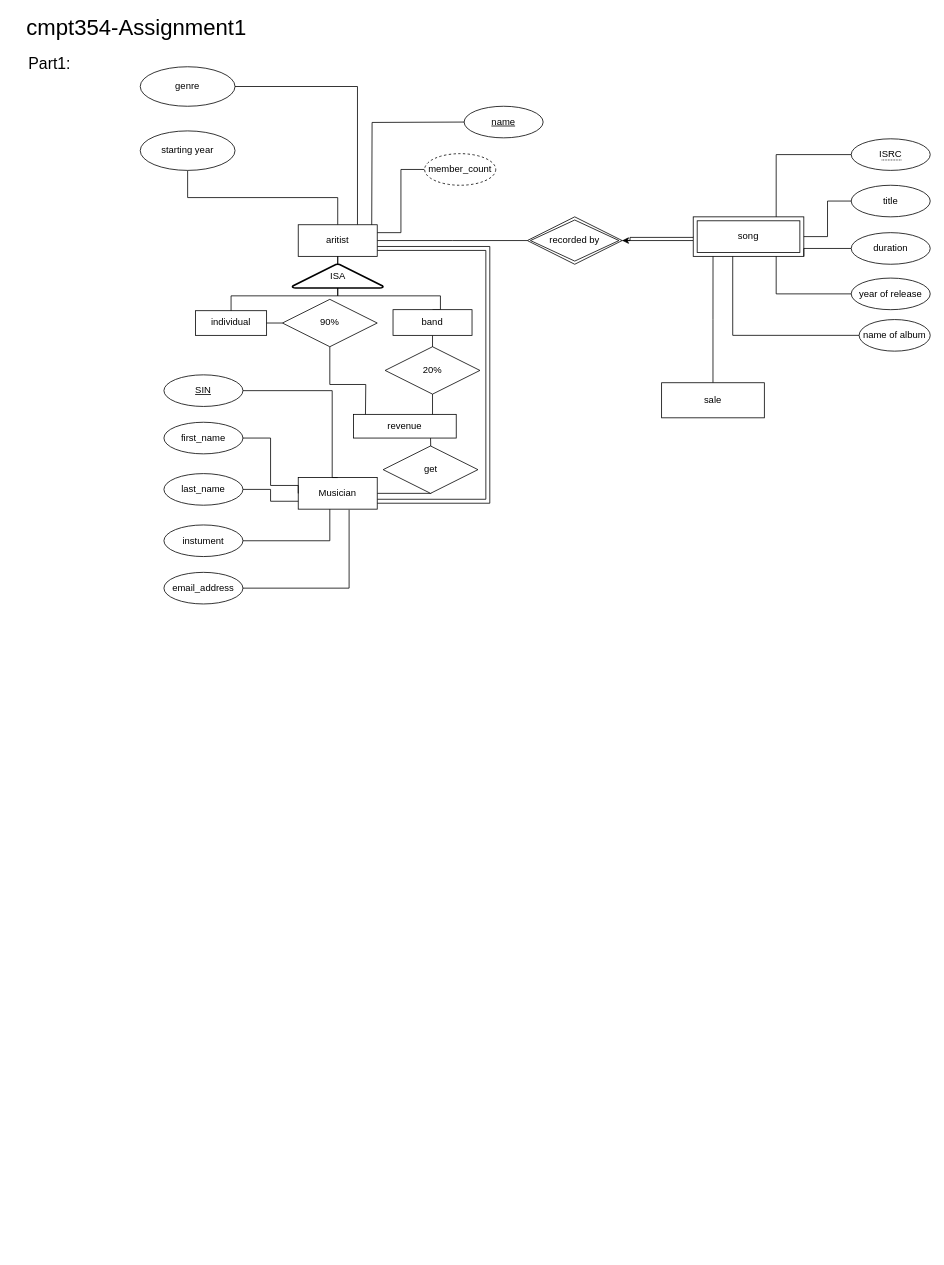
The draw.io diagram cmpt354-A1.drawio in zzzyz7/drawio-storage, before the edit. Source tidied: cells renumbered, new cells numbered last; positions are measured from the earlier drawing's top-left corner, leaving out a move shared by most shapes. Both pictures are drawn from the tidied source at 79%, with x=0, y=0 at pixel (21, 19).
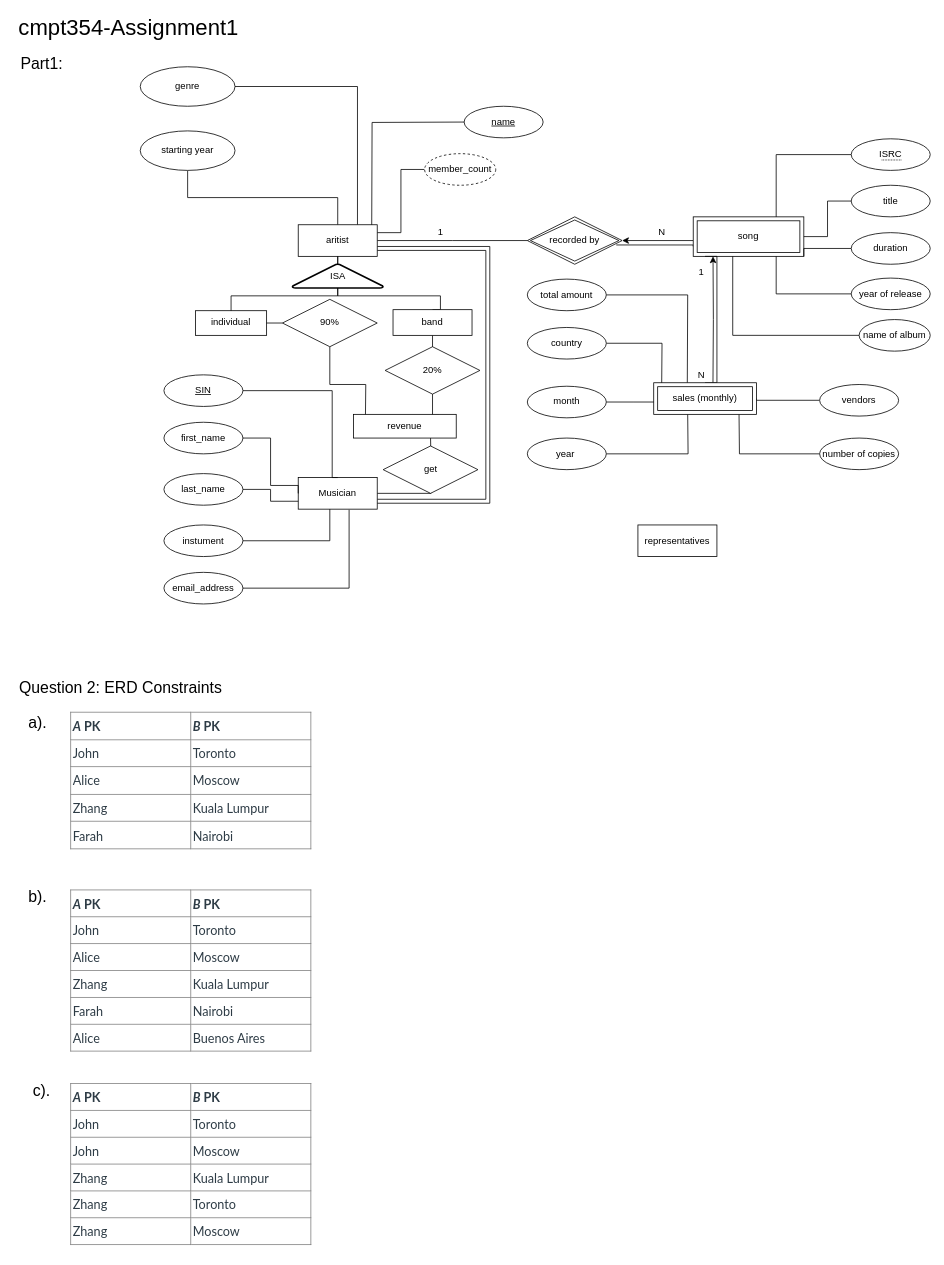
After the change.

The change refers to these unchanged cells:
```xml
<mxCell id="43" value="song" style="shape=ext;margin=3;double=1;whiteSpace=wrap;html=1;align=center;" parent="1" vertex="1">
  <mxGeometry x="850" y="250" width="140" height="50" as="geometry" />
</mxCell>
<mxCell id="48" value="recorded by" style="shape=rhombus;double=1;perimeter=rhombusPerimeter;whiteSpace=wrap;html=1;align=center;" parent="1" vertex="1">
  <mxGeometry x="640" y="250" width="120" height="60" as="geometry" />
</mxCell>
```

Change to the diagram source:
```diff
@@
-    <mxCell id="41" style="edgeStyle=orthogonalEdgeStyle;rounded=0;jettySize=auto;html=1;entryX=1;entryY=0.5;entryDx=0;entryDy=0;startArrow=none;startFill=0;endArrow=none;endFill=0;" parent="1" edge="1" source="43">
+    <mxCell id="41" style="edgeStyle=orthogonalEdgeStyle;rounded=0;jettySize=auto;html=1;entryX=1;entryY=0.5;entryDx=0;entryDy=0;startArrow=none;startFill=0;endArrow=classic;endFill=1;" parent="1" edge="1" source="43">
       <mxGeometry relative="1" as="geometry">
         <mxPoint x="760" y="280" as="targetPoint" />
         <Array as="points">
           <mxPoint x="850" y="280" />
           <mxPoint x="850" y="280" />
         </Array>
       </mxGeometry>
     </mxCell>
-    <mxCell id="42" style="edgeStyle=orthogonalEdgeStyle;rounded=0;jettySize=auto;html=1;exitX=0;exitY=0.5;exitDx=0;exitDy=0;startArrow=none;startFill=0;endArrow=classic;endFill=1;entryX=1;entryY=0.5;entryDx=0;entryDy=0;" parent="1" edge="1" source="43" target="48">
+    <mxCell id="42" style="edgeStyle=orthogonalEdgeStyle;rounded=0;jettySize=auto;html=1;exitX=0;exitY=0.75;exitDx=0;exitDy=0;entryX=0.938;entryY=0.593;entryDx=0;entryDy=0;entryPerimeter=0;startArrow=none;startFill=0;endArrow=none;endFill=0;" parent="1" edge="1" source="43" target="48">
       <mxGeometry relative="1" as="geometry">
         <Array as="points">
-          <mxPoint x="950" y="276" />
-          <mxPoint x="770" y="276" />
-          <mxPoint x="770" y="280" />
+          <mxPoint x="850" y="286" />
         </Array>
       </mxGeometry>
     </mxCell>
@@
-    <mxCell id="55" style="edgeStyle=orthogonalEdgeStyle;rounded=0;jettySize=auto;html=1;entryX=0.179;entryY=1;entryDx=0;entryDy=0;entryPerimeter=0;startArrow=none;startFill=0;endArrow=none;endFill=0;" parent="1" edge="1" source="56" target="43">
-      <mxGeometry relative="1" as="geometry" />
+    <mxCell id="55" style="edgeStyle=orthogonalEdgeStyle;rounded=0;jettySize=auto;html=1;entryX=0.179;entryY=1;entryDx=0;entryDy=0;entryPerimeter=0;startArrow=none;startFill=0;endArrow=classic;endFill=1;" parent="1" edge="1" target="43">
+      <mxGeometry relative="1" as="geometry">
+        <mxPoint x="875" y="460" as="sourcePoint" />
+      </mxGeometry>
     </mxCell>
-    <mxCell id="56" value="sale" style="whiteSpace=wrap;html=1;align=center;" parent="1" vertex="1">
-      <mxGeometry x="810" y="460" width="130" height="44.4" as="geometry" />
-    </mxCell>
+    <mxCell id="59" style="edgeStyle=orthogonalEdgeStyle;rounded=0;jettySize=auto;html=1;exitX=1;exitY=0.5;exitDx=0;exitDy=0;entryX=0;entryY=0.5;entryDx=0;entryDy=0;fontSize=12;startArrow=none;startFill=0;endArrow=none;endFill=0;" parent="1" edge="1" source="75" target="60">
+      <mxGeometry relative="1" as="geometry">
+        <Array as="points">
+          <mxPoint x="930" y="482" />
+        </Array>
+      </mxGeometry>
+    </mxCell>
     <mxCell id="57" value="&lt;font style=&quot;font-size: 28px&quot;&gt;cmpt354-Assignment1&lt;/font&gt;" style="text;html=1;align=center;verticalAlign=middle;strokeColor=none;" parent="1" vertex="1">
-      <mxGeometry width="290" height="20" as="geometry" />
+      <mxGeometry x="-10" width="290" height="20" as="geometry" />
     </mxCell>
     <mxCell id="58" value="Part1:" style="text;html=1;align=center;verticalAlign=middle;strokeColor=none;strokeWidth=8;fontSize=20;fontStyle=0;" parent="1" vertex="1">
-      <mxGeometry y="40" width="70" height="30" as="geometry" />
+      <mxGeometry x="-10" y="40" width="70" height="30" as="geometry" />
     </mxCell>
+    <mxCell id="60" value="vendors" style="ellipse;whiteSpace=wrap;html=1;align=center;fontSize=12;strokeWidth=1;" parent="1" vertex="1">
+      <mxGeometry x="1010" y="462.2" width="100" height="40" as="geometry" />
+    </mxCell>
+    <mxCell id="61" style="edgeStyle=orthogonalEdgeStyle;rounded=0;jettySize=auto;html=1;fontSize=12;startArrow=none;startFill=0;endArrow=none;endFill=0;" parent="1" edge="1" source="62">
+      <mxGeometry relative="1" as="geometry">
+        <mxPoint x="908" y="500" as="targetPoint" />
+      </mxGeometry>
+    </mxCell>
+    <mxCell id="62" value="number of copies" style="ellipse;whiteSpace=wrap;html=1;align=center;fontSize=12;strokeWidth=1;" parent="1" vertex="1">
+      <mxGeometry x="1010" y="530" width="100" height="40" as="geometry" />
+    </mxCell>
+    <mxCell id="63" style="edgeStyle=orthogonalEdgeStyle;rounded=0;jettySize=auto;html=1;fontSize=12;startArrow=none;startFill=0;endArrow=none;endFill=0;" parent="1" edge="1" source="64">
+      <mxGeometry relative="1" as="geometry">
+        <mxPoint x="810" y="484.4" as="targetPoint" />
+      </mxGeometry>
+    </mxCell>
+    <mxCell id="64" value="month" style="ellipse;whiteSpace=wrap;html=1;align=center;fontSize=12;strokeWidth=1;" parent="1" vertex="1">
+      <mxGeometry x="640" y="464.4" width="100" height="40" as="geometry" />
+    </mxCell>
+    <mxCell id="65" style="edgeStyle=orthogonalEdgeStyle;rounded=0;jettySize=auto;html=1;fontSize=12;startArrow=none;startFill=0;endArrow=none;endFill=0;" parent="1" edge="1" source="66">
+      <mxGeometry relative="1" as="geometry">
+        <mxPoint x="843" y="500" as="targetPoint" />
+      </mxGeometry>
+    </mxCell>
+    <mxCell id="66" value="year&amp;nbsp;" style="ellipse;whiteSpace=wrap;html=1;align=center;fontSize=12;strokeWidth=1;" parent="1" vertex="1">
+      <mxGeometry x="640" y="530" width="100" height="40" as="geometry" />
+    </mxCell>
+    <mxCell id="67" style="edgeStyle=orthogonalEdgeStyle;rounded=0;jettySize=auto;html=1;entryX=0;entryY=0.25;entryDx=0;entryDy=0;fontSize=12;startArrow=none;startFill=0;endArrow=none;endFill=0;" parent="1" edge="1" source="68">
+      <mxGeometry relative="1" as="geometry">
+        <mxPoint x="810" y="471.1" as="targetPoint" />
+      </mxGeometry>
+    </mxCell>
+    <mxCell id="68" value="country" style="ellipse;whiteSpace=wrap;html=1;align=center;fontSize=12;strokeWidth=1;" parent="1" vertex="1">
+      <mxGeometry x="640" y="390" width="100" height="40" as="geometry" />
+    </mxCell>
+    <mxCell id="69" style="edgeStyle=orthogonalEdgeStyle;rounded=0;jettySize=auto;html=1;entryX=0.25;entryY=0;entryDx=0;entryDy=0;fontSize=12;startArrow=none;startFill=0;endArrow=none;endFill=0;" parent="1" edge="1" source="70">
+      <mxGeometry relative="1" as="geometry">
+        <mxPoint x="842.5" y="460" as="targetPoint" />
+      </mxGeometry>
+    </mxCell>
+    <mxCell id="70" value="total amount" style="ellipse;whiteSpace=wrap;html=1;align=center;fontSize=12;strokeWidth=1;" parent="1" vertex="1">
+      <mxGeometry x="640" y="328.8" width="100" height="40" as="geometry" />
+    </mxCell>
+    <mxCell id="71" value="representatives" style="whiteSpace=wrap;html=1;align=center;fontSize=12;strokeWidth=1;" parent="1" vertex="1">
+      <mxGeometry x="780" y="640" width="100" height="40" as="geometry" />
+    </mxCell>
+    <mxCell id="72" value="Question 2: ERD Constraints&lt;br style=&quot;font-size: 20px;&quot;&gt;" style="text;html=1;align=center;verticalAlign=middle;strokeColor=none;fontSize=20;" parent="1" vertex="1">
+      <mxGeometry x="-10" y="830" width="270" height="30" as="geometry" />
+    </mxCell>
+    <mxCell id="73" value="a)." style="text;html=1;align=center;verticalAlign=middle;strokeColor=none;fontSize=20;" parent="1" vertex="1">
+      <mxGeometry y="875" width="40" height="30" as="geometry" />
+    </mxCell>
+    <mxCell id="74" style="edgeStyle=orthogonalEdgeStyle;rounded=0;jettySize=auto;html=1;startArrow=none;startFill=0;endArrow=none;endFill=0;exitX=0.5;exitY=0;exitDx=0;exitDy=0;entryX=0.107;entryY=1;entryDx=0;entryDy=0;entryPerimeter=0;" parent="1" edge="1" source="75" target="43">
+      <mxGeometry relative="1" as="geometry">
+        <Array as="points">
+          <mxPoint x="880" y="460" />
+          <mxPoint x="880" y="300" />
+        </Array>
+      </mxGeometry>
+    </mxCell>
+    <mxCell id="75" value="sales (monthly)" style="shape=ext;margin=3;double=1;whiteSpace=wrap;html=1;align=center;" parent="1" vertex="1">
+      <mxGeometry x="800" y="460" width="130" height="40" as="geometry" />
+    </mxCell>
+    <mxCell id="76" value="1" style="text;html=1;align=center;verticalAlign=middle;strokeColor=none;" parent="1" vertex="1">
+      <mxGeometry x="520" y="260" width="20" height="20" as="geometry" />
+    </mxCell>
+    <mxCell id="77" value="N" style="text;html=1;align=center;verticalAlign=middle;strokeColor=none;" parent="1" vertex="1">
+      <mxGeometry x="800" y="260" width="20" height="20" as="geometry" />
+    </mxCell>
+    <mxCell id="78" value="1" style="text;html=1;align=center;verticalAlign=middle;strokeColor=none;" parent="1" vertex="1">
+      <mxGeometry x="850" y="310" width="20" height="20" as="geometry" />
+    </mxCell>
+    <mxCell id="79" value="N" style="text;html=1;align=center;verticalAlign=middle;strokeColor=none;" parent="1" vertex="1">
+      <mxGeometry x="850" y="440" width="20" height="20" as="geometry" />
+    </mxCell>
+    <mxCell id="80" value="&lt;table border=&quot;1&quot; style=&quot;max-width: 100% ; background-color: rgb(255 , 255 , 255) ; border-collapse: collapse ; border-spacing: 0px ; color: rgb(45 , 59 , 69) ; font-family: &amp;#34;lato extended&amp;#34; , &amp;#34;lato&amp;#34; , &amp;#34;helvetica neue&amp;#34; , &amp;#34;helvetica&amp;#34; , &amp;#34;arial&amp;#34; , sans-serif ; font-size: 16px ; font-style: normal ; font-weight: 400 ; letter-spacing: normal ; text-transform: none ; word-spacing: 0px ; width: 304.889px ; height: 174px&quot;&gt;&lt;tbody&gt;&lt;tr style=&quot;height: 29px&quot;&gt;&lt;td style=&quot;padding: 2px ; width: 147.111px ; height: 29px&quot;&gt;&lt;strong style=&quot;font-weight: bold&quot;&gt;&lt;em style=&quot;font-style: italic&quot;&gt;A&lt;/em&gt;&lt;span&gt;&amp;nbsp;&lt;/span&gt;PK&lt;/strong&gt;&lt;/td&gt;&lt;td style=&quot;padding: 2px ; width: 147.111px ; height: 29px&quot;&gt;&lt;strong style=&quot;font-weight: bold&quot;&gt;&lt;em style=&quot;font-style: italic&quot;&gt;B&lt;/em&gt;&lt;span&gt;&amp;nbsp;&lt;/span&gt;PK&lt;/strong&gt;&lt;/td&gt;&lt;/tr&gt;&lt;tr style=&quot;height: 29px&quot;&gt;&lt;td style=&quot;padding: 2px ; width: 147.111px ; height: 29px&quot;&gt;John&lt;/td&gt;&lt;td style=&quot;padding: 2px ; width: 147.111px ; height: 29px&quot;&gt;Toronto&lt;/td&gt;&lt;/tr&gt;&lt;tr style=&quot;height: 29px&quot;&gt;&lt;td style=&quot;padding: 2px ; width: 147.111px ; height: 29px&quot;&gt;Alice&lt;/td&gt;&lt;td style=&quot;padding: 2px ; width: 147.111px ; height: 29px&quot;&gt;Moscow&lt;/td&gt;&lt;/tr&gt;&lt;tr style=&quot;height: 29px&quot;&gt;&lt;td style=&quot;padding: 2px ; width: 147.111px ; height: 29px&quot;&gt;Zhang&lt;/td&gt;&lt;td style=&quot;padding: 2px ; width: 147.111px ; height: 29px&quot;&gt;Kuala Lumpur&lt;/td&gt;&lt;/tr&gt;&lt;tr style=&quot;height: 29px&quot;&gt;&lt;td style=&quot;padding: 2px ; width: 147.111px ; height: 29px&quot;&gt;Farah&lt;/td&gt;&lt;td style=&quot;padding: 2px ; width: 147.111px ; height: 29px&quot;&gt;Nairobi&lt;/td&gt;&lt;/tr&gt;&lt;/tbody&gt;&lt;/table&gt;" style="text;whiteSpace=wrap;html=1;" parent="1" vertex="1">
+      <mxGeometry x="60" y="870" width="330" height="190" as="geometry" />
+    </mxCell>
+    <mxCell id="81" value="b)." style="text;html=1;align=center;verticalAlign=middle;strokeColor=none;fontSize=20;" parent="1" vertex="1">
+      <mxGeometry y="1095" width="40" height="30" as="geometry" />
+    </mxCell>
+    <mxCell id="82" value="&lt;table border=&quot;1&quot; style=&quot;max-width: 100% ; background-color: rgb(255 , 255 , 255) ; border-collapse: collapse ; border-spacing: 0px ; color: rgb(45 , 59 , 69) ; font-family: &amp;#34;lato extended&amp;#34; , &amp;#34;lato&amp;#34; , &amp;#34;helvetica neue&amp;#34; , &amp;#34;helvetica&amp;#34; , &amp;#34;arial&amp;#34; , sans-serif ; font-size: 16px ; font-style: normal ; font-weight: 400 ; letter-spacing: normal ; text-transform: none ; word-spacing: 0px ; width: 304.889px ; height: 174px&quot;&gt;&lt;tbody&gt;&lt;tr style=&quot;height: 29px&quot;&gt;&lt;td style=&quot;padding: 2px ; width: 147.111px ; height: 29px&quot;&gt;&lt;strong style=&quot;font-weight: bold&quot;&gt;&lt;em style=&quot;font-style: italic&quot;&gt;A&lt;/em&gt;&lt;span&gt;&amp;nbsp;&lt;/span&gt;PK&lt;/strong&gt;&lt;/td&gt;&lt;td style=&quot;padding: 2px ; width: 147.111px ; height: 29px&quot;&gt;&lt;strong style=&quot;font-weight: bold&quot;&gt;&lt;em style=&quot;font-style: italic&quot;&gt;B&lt;/em&gt;&lt;span&gt;&amp;nbsp;&lt;/span&gt;PK&lt;/strong&gt;&lt;/td&gt;&lt;/tr&gt;&lt;tr style=&quot;height: 29px&quot;&gt;&lt;td style=&quot;padding: 2px ; width: 147.111px ; height: 29px&quot;&gt;John&lt;/td&gt;&lt;td style=&quot;padding: 2px ; width: 147.111px ; height: 29px&quot;&gt;Toronto&lt;/td&gt;&lt;/tr&gt;&lt;tr style=&quot;height: 29px&quot;&gt;&lt;td style=&quot;padding: 2px ; width: 147.111px ; height: 29px&quot;&gt;Alice&lt;/td&gt;&lt;td style=&quot;padding: 2px ; width: 147.111px ; height: 29px&quot;&gt;Moscow&lt;/td&gt;&lt;/tr&gt;&lt;tr style=&quot;height: 29px&quot;&gt;&lt;td style=&quot;padding: 2px ; width: 147.111px ; height: 29px&quot;&gt;Zhang&lt;/td&gt;&lt;td style=&quot;padding: 2px ; width: 147.111px ; height: 29px&quot;&gt;Kuala Lumpur&lt;/td&gt;&lt;/tr&gt;&lt;tr style=&quot;height: 29px&quot;&gt;&lt;td style=&quot;padding: 2px ; width: 147.111px ; height: 29px&quot;&gt;Farah&lt;/td&gt;&lt;td style=&quot;padding: 2px ; width: 147.111px ; height: 29px&quot;&gt;Nairobi&lt;/td&gt;&lt;/tr&gt;&lt;tr style=&quot;height: 29px&quot;&gt;&lt;td style=&quot;padding: 2px ; width: 147.111px ; height: 29px&quot;&gt;Alice&lt;/td&gt;&lt;td style=&quot;padding: 2px ; width: 147.111px ; height: 29px&quot;&gt;Buenos Aires&lt;/td&gt;&lt;/tr&gt;&lt;/tbody&gt;&lt;/table&gt;" style="text;whiteSpace=wrap;html=1;fontSize=20;" parent="1" vertex="1">
+      <mxGeometry x="60" y="1095" width="330" height="220" as="geometry" />
+    </mxCell>
+    <mxCell id="83" value="c)." style="text;html=1;align=center;verticalAlign=middle;strokeColor=none;fontSize=20;" parent="1" vertex="1">
+      <mxGeometry x="5" y="1340" width="40" height="30" as="geometry" />
+    </mxCell>
+    <mxCell id="84" value="&lt;table border=&quot;1&quot; style=&quot;max-width: 100%; background-color: rgb(255, 255, 255); border-collapse: collapse; border-spacing: 0px; color: rgb(45, 59, 69); font-family: &amp;quot;lato extended&amp;quot;, lato, &amp;quot;helvetica neue&amp;quot;, helvetica, arial, sans-serif; font-size: 16px; font-style: normal; font-weight: 400; letter-spacing: normal; text-transform: none; word-spacing: 0px; width: 304.889px; height: 174px;&quot;&gt;&lt;tbody&gt;&lt;tr style=&quot;height: 29px&quot;&gt;&lt;td style=&quot;padding: 2px ; width: 147.111px ; height: 29px&quot;&gt;&lt;strong style=&quot;font-weight: bold&quot;&gt;&lt;em style=&quot;font-style: italic&quot;&gt;A&lt;/em&gt;&lt;span&gt;&amp;nbsp;&lt;/span&gt;PK&lt;/strong&gt;&lt;/td&gt;&lt;td style=&quot;padding: 2px ; width: 147.111px ; height: 29px&quot;&gt;&lt;strong style=&quot;font-weight: bold&quot;&gt;&lt;em style=&quot;font-style: italic&quot;&gt;B&lt;/em&gt;&lt;span&gt;&amp;nbsp;&lt;/span&gt;PK&lt;/strong&gt;&lt;/td&gt;&lt;/tr&gt;&lt;tr style=&quot;height: 29px&quot;&gt;&lt;td style=&quot;padding: 2px ; width: 147.111px ; height: 29px&quot;&gt;John&lt;/td&gt;&lt;td style=&quot;padding: 2px ; width: 147.111px ; height: 29px&quot;&gt;Toronto&lt;/td&gt;&lt;/tr&gt;&lt;tr style=&quot;height: 29px&quot;&gt;&lt;td style=&quot;padding: 2px ; width: 147.111px ; height: 29px&quot;&gt;John&lt;/td&gt;&lt;td style=&quot;padding: 2px ; width: 147.111px ; height: 29px&quot;&gt;Moscow&lt;/td&gt;&lt;/tr&gt;&lt;tr style=&quot;height: 29px&quot;&gt;&lt;td style=&quot;padding: 2px ; width: 147.111px ; height: 29px&quot;&gt;Zhang&lt;/td&gt;&lt;td style=&quot;padding: 2px ; width: 147.111px ; height: 29px&quot;&gt;Kuala Lumpur&lt;/td&gt;&lt;/tr&gt;&lt;tr style=&quot;height: 29px&quot;&gt;&lt;td style=&quot;padding: 2px ; width: 147.111px ; height: 29px&quot;&gt;Zhang&lt;/td&gt;&lt;td style=&quot;padding: 2px ; width: 147.111px ; height: 29px&quot;&gt;Toronto&lt;/td&gt;&lt;/tr&gt;&lt;tr style=&quot;height: 29px&quot;&gt;&lt;td style=&quot;padding: 2px ; width: 147.111px ; height: 29px&quot;&gt;Zhang&lt;/td&gt;&lt;td style=&quot;padding: 2px ; width: 147.111px ; height: 29px&quot;&gt;Moscow&lt;/td&gt;&lt;/tr&gt;&lt;/tbody&gt;&lt;/table&gt;" style="text;whiteSpace=wrap;html=1;fontSize=20;" parent="1" vertex="1">
+      <mxGeometry x="60" y="1340" width="330" height="220" as="geometry" />
+    </mxCell>
```
